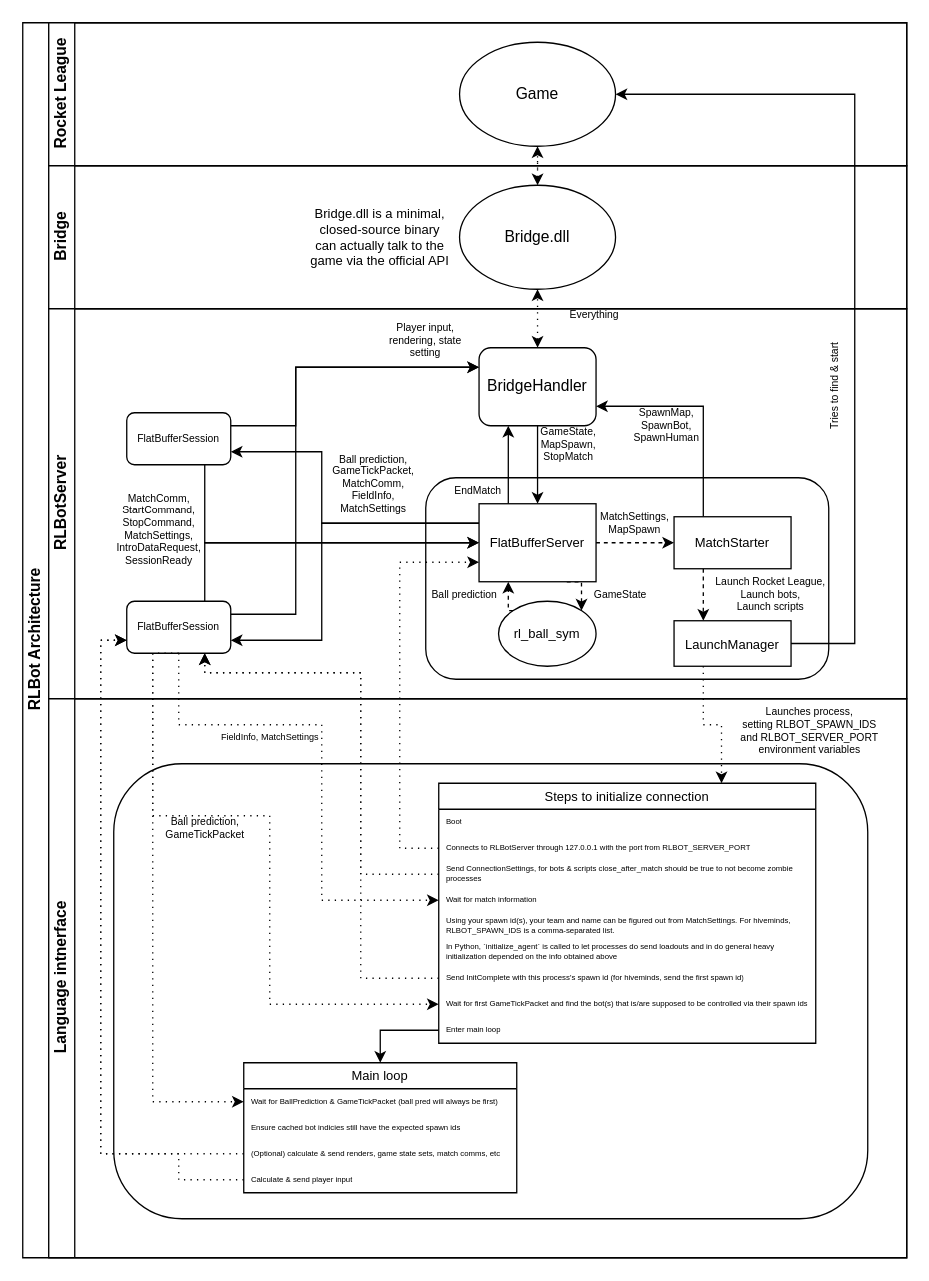
Above: docs/img/architecture/v5_diagram.drawio in RLBot/wiki (draw.io), before the change. Source tidied: cells renumbered, new cells numbered last; positions are measured from the earlier drawing's top-left corner, leaving out a move shared by most shapes. Both pictures are drawn from the tidied source at 130%, with x=0, y=0 at pixel (22, 22).
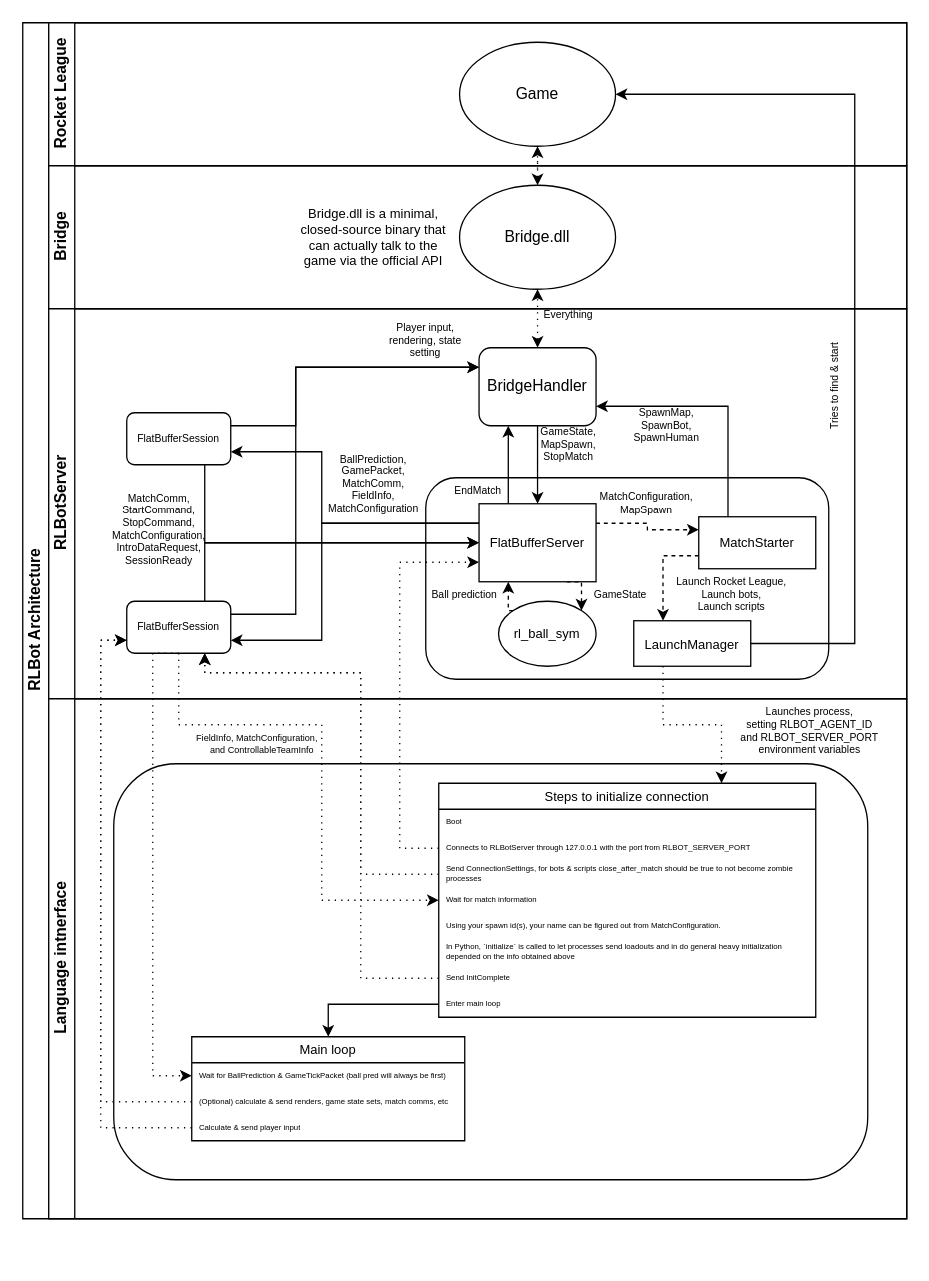
The same page after the edit.

Commit message (it also covers changes not shown here):
Update architecture diagram

The change refers to these unchanged cells:
```xml
<mxCell id="5" value="Bridge" style="swimlane;html=1;startSize=20;horizontal=0;" parent="2" vertex="1">
  <mxGeometry x="20" y="110" width="660" height="110" as="geometry" />
</mxCell>
<mxCell id="8" value="RLBotServer" style="swimlane;html=1;startSize=20;horizontal=0;" parent="2" vertex="1">
  <mxGeometry x="20" y="220" width="660" height="300" as="geometry" />
</mxCell>
<mxCell id="21" value="&lt;div style=&quot;font-size: 10px;&quot;&gt;FlatBufferServer&lt;/div&gt;" style="rounded=0;whiteSpace=wrap;html=1;fontFamily=Helvetica;fontSize=10;fontColor=#000000;align=center;" parent="8" vertex="1">
  <mxGeometry x="331" y="150" width="90" height="60" as="geometry" />
</mxCell>
<mxCell id="30" value="FlatBufferSession" style="rounded=1;whiteSpace=wrap;html=1;fontSize=8;" parent="8" vertex="1">
  <mxGeometry x="60" y="225" width="80" height="40" as="geometry" />
</mxCell>
<mxCell id="62" value="Wait for BallPrediction &amp;amp; GameTickPacket (ball pred will always be first)" style="text;strokeColor=none;fillColor=none;align=left;verticalAlign=middle;spacingLeft=4;spacingRight=4;overflow=hidden;points=[[0,0.5],[1,0.5]];portConstraint=eastwest;whiteSpace=wrap;html=1;fontSize=6;" parent="61" vertex="1">
  <mxGeometry y="20" width="210" height="20" as="geometry" />
</mxCell>
```

Diff of the diagram source:
```diff
@@
     <mxCell id="2" value="RLBot Architecture" style="swimlane;html=1;horizontal=0;startSize=20;" parent="1" vertex="1">
-      <mxGeometry width="680" height="950" as="geometry" />
+      <mxGeometry width="680" height="920" as="geometry" />
     </mxCell>
@@
-    <mxCell id="7" value="Bridge.dll is a minimal, closed-source binary can actually talk to the game via the official API" style="text;html=1;align=center;verticalAlign=middle;whiteSpace=wrap;rounded=0;fontSize=10;" parent="5" vertex="1">
-      <mxGeometry x="200" y="17.5" width="110" height="75" as="geometry" />
+    <mxCell id="7" value="Bridge.dll is a minimal, closed-source binary that can actually talk to the game via the official API" style="text;html=1;align=center;verticalAlign=middle;whiteSpace=wrap;rounded=0;fontSize=10;" parent="5" vertex="1">
+      <mxGeometry x="190" y="17.5" width="120" height="75" as="geometry" />
     </mxCell>
@@
     <mxCell id="10" value="&lt;font style=&quot;font-size: 8px;&quot;&gt;Everything&lt;/font&gt;" style="text;html=1;align=center;verticalAlign=middle;whiteSpace=wrap;rounded=0;fontSize=8;" parent="8" vertex="1">
-      <mxGeometry x="390" y="-10" width="60" height="30" as="geometry" />
+      <mxGeometry x="370" y="-10" width="60" height="30" as="geometry" />
     </mxCell>
@@
-    <mxCell id="19" style="edgeStyle=orthogonalEdgeStyle;rounded=0;jettySize=auto;html=1;exitX=1;exitY=0.5;exitDx=0;exitDy=0;entryX=0;entryY=0.5;entryDx=0;entryDy=0;dashed=1;" parent="8" edge="1" source="21" target="36">
+    <mxCell id="19" style="edgeStyle=orthogonalEdgeStyle;rounded=0;jettySize=auto;html=1;exitX=1;exitY=0.25;exitDx=0;exitDy=0;entryX=0;entryY=0.25;entryDx=0;entryDy=0;dashed=1;" parent="8" edge="1" source="21" target="36">
       <mxGeometry relative="1" as="geometry" />
     </mxCell>
@@
-    <mxCell id="31" value="&lt;div&gt;Ball prediction, GameTickPacket,&lt;/div&gt;&lt;div&gt;MatchComm,&lt;/div&gt;&lt;div&gt;FieldInfo,&lt;/div&gt;&lt;div&gt;MatchSettings&lt;br&gt;&lt;/div&gt;" style="text;html=1;align=center;verticalAlign=middle;whiteSpace=wrap;rounded=0;fontSize=8;" parent="8" vertex="1">
+    <mxCell id="31" value="&lt;div&gt;BallPrediction, GamePacket,&lt;/div&gt;&lt;div&gt;MatchComm,&lt;/div&gt;&lt;div&gt;FieldInfo,&lt;/div&gt;&lt;div&gt;MatchConfiguration&lt;/div&gt;" style="text;html=1;align=center;verticalAlign=middle;whiteSpace=wrap;rounded=0;fontSize=8;" parent="8" vertex="1">
       <mxGeometry x="220" y="110" width="60" height="50" as="geometry" />
     </mxCell>
@@
-    <mxCell id="33" value="&lt;div style=&quot;font-size: 8px;&quot;&gt;&lt;font style=&quot;font-size: 8px;&quot;&gt;MatchComm,&lt;/font&gt;&lt;/div&gt;&lt;div style=&quot;font-size: 8px;&quot;&gt;&lt;font style=&quot;font-size: 8px;&quot;&gt;StartCommand,&lt;/font&gt;&lt;/div&gt;&lt;div style=&quot;font-size: 8px;&quot;&gt;&lt;font style=&quot;font-size: 8px;&quot;&gt;StopCommand,&lt;/font&gt;&lt;/div&gt;&lt;div style=&quot;font-size: 8px;&quot;&gt;&lt;font style=&quot;font-size: 8px;&quot;&gt;MatchSettings,&lt;/font&gt;&lt;/div&gt;&lt;div style=&quot;font-size: 8px;&quot;&gt;&lt;font style=&quot;font-size: 8px;&quot;&gt;IntroDataRequest,&lt;/font&gt;&lt;/div&gt;&lt;div style=&quot;font-size: 8px;&quot;&gt;&lt;font style=&quot;font-size: 8px;&quot;&gt;SessionReady&lt;br&gt;&lt;/font&gt;&lt;/div&gt;" style="text;html=1;align=center;verticalAlign=middle;whiteSpace=wrap;rounded=0;" parent="8" vertex="1">
+    <mxCell id="33" value="&lt;div style=&quot;font-size: 8px;&quot;&gt;&lt;font style=&quot;font-size: 8px;&quot;&gt;MatchComm,&lt;/font&gt;&lt;/div&gt;&lt;div style=&quot;font-size: 8px;&quot;&gt;&lt;font style=&quot;font-size: 8px;&quot;&gt;StartCommand,&lt;/font&gt;&lt;/div&gt;&lt;div style=&quot;font-size: 8px;&quot;&gt;&lt;font style=&quot;font-size: 8px;&quot;&gt;StopCommand,&lt;/font&gt;&lt;/div&gt;&lt;div style=&quot;font-size: 8px;&quot;&gt;&lt;font style=&quot;font-size: 8px;&quot;&gt;MatchConfiguration,&lt;/font&gt;&lt;/div&gt;&lt;div style=&quot;font-size: 8px;&quot;&gt;&lt;font style=&quot;font-size: 8px;&quot;&gt;IntroDataRequest,&lt;/font&gt;&lt;/div&gt;&lt;div style=&quot;font-size: 8px;&quot;&gt;&lt;font style=&quot;font-size: 8px;&quot;&gt;SessionReady&lt;br&gt;&lt;/font&gt;&lt;/div&gt;" style="text;html=1;align=center;verticalAlign=middle;whiteSpace=wrap;rounded=0;" parent="8" vertex="1">
       <mxGeometry x="50" y="140" width="70" height="60" as="geometry" />
     </mxCell>
@@
-    <mxCell id="35" style="edgeStyle=orthogonalEdgeStyle;rounded=0;jettySize=auto;html=1;exitX=0.25;exitY=1;exitDx=0;exitDy=0;entryX=0.25;entryY=0;entryDx=0;entryDy=0;dashed=1;" parent="8" edge="1" source="36" target="39">
-      <mxGeometry relative="1" as="geometry" />
+    <mxCell id="35" style="edgeStyle=orthogonalEdgeStyle;rounded=0;jettySize=auto;html=1;exitX=0;exitY=0.75;exitDx=0;exitDy=0;entryX=0.25;entryY=0;entryDx=0;entryDy=0;dashed=1;" parent="8" edge="1" source="36" target="39">
+      <mxGeometry relative="1" as="geometry">
+        <Array as="points">
+          <mxPoint x="473" y="190" />
+        </Array>
+      </mxGeometry>
     </mxCell>
     <mxCell id="36" value="&lt;font size=&quot;1&quot;&gt;MatchStarter&lt;/font&gt;" style="rounded=0;whiteSpace=wrap;html=1;" parent="8" vertex="1">
-      <mxGeometry x="481" y="160" width="90" height="40" as="geometry" />
+      <mxGeometry x="500" y="160" width="90" height="40" as="geometry" />
     </mxCell>
-    <mxCell id="37" value="&lt;div style=&quot;font-size: 8px;&quot;&gt;MatchSettings,&lt;/div&gt;&lt;div style=&quot;font-size: 8px;&quot;&gt;MapSpawn&lt;br style=&quot;font-size: 8px;&quot;&gt;&lt;/div&gt;" style="text;html=1;align=center;verticalAlign=middle;whiteSpace=wrap;rounded=0;fontSize=8;" parent="8" vertex="1">
-      <mxGeometry x="421" y="150" width="60" height="30" as="geometry" />
+    <mxCell id="37" value="&lt;div style=&quot;font-size: 8px;&quot;&gt;MatchConfiguration,&lt;/div&gt;&lt;div style=&quot;font-size: 8px;&quot;&gt;MapSpawn&lt;br style=&quot;font-size: 8px;&quot;&gt;&lt;/div&gt;" style="text;html=1;align=center;verticalAlign=middle;whiteSpace=wrap;rounded=0;fontSize=8;" parent="8" vertex="1">
+      <mxGeometry x="430" y="135" width="60" height="30" as="geometry" />
     </mxCell>
@@
     <mxCell id="39" value="&lt;font size=&quot;1&quot;&gt;LaunchManager&lt;/font&gt;" style="rounded=0;whiteSpace=wrap;html=1;" parent="8" vertex="1">
-      <mxGeometry x="481" y="240" width="90" height="35" as="geometry" />
+      <mxGeometry x="450" y="240" width="90" height="35" as="geometry" />
     </mxCell>
     <mxCell id="40" value="&lt;div style=&quot;font-size: 8px;&quot;&gt;&lt;font style=&quot;font-size: 8px;&quot;&gt;Launch Rocket League,&lt;/font&gt;&lt;/div&gt;&lt;div style=&quot;font-size: 8px;&quot;&gt;&lt;font style=&quot;font-size: 8px;&quot;&gt;Launch bots,&lt;/font&gt;&lt;/div&gt;&lt;div style=&quot;font-size: 8px;&quot;&gt;&lt;font style=&quot;font-size: 8px;&quot;&gt;Launch scripts&lt;br style=&quot;font-size: 8px;&quot;&gt;&lt;/font&gt;&lt;/div&gt;" style="text;html=1;align=center;verticalAlign=middle;strokeColor=none;fillColor=none;fontSize=8;" parent="8" vertex="1">
-      <mxGeometry x="500" y="200" width="110" height="40" as="geometry" />
+      <mxGeometry x="470" y="200" width="110" height="40" as="geometry" />
     </mxCell>
@@
     <mxCell id="46" value="Language intnerface" style="swimlane;html=1;startSize=20;horizontal=0;" parent="2" vertex="1">
-      <mxGeometry x="20" y="520" width="660" height="430" as="geometry" />
+      <mxGeometry x="20" y="520" width="660" height="400" as="geometry" />
     </mxCell>
     <mxCell id="47" style="rounded=1;whiteSpace=wrap;html=1;" parent="46" vertex="1">
-      <mxGeometry x="50" y="50" width="580" height="350" as="geometry" />
+      <mxGeometry x="50" y="50" width="580" height="320" as="geometry" />
     </mxCell>
-    <mxCell id="48" value="&lt;div style=&quot;font-size: 8px;&quot;&gt;Launches process,&lt;/div&gt;&lt;div style=&quot;font-size: 8px;&quot;&gt;setting RLBOT_SPAWN_IDS&lt;/div&gt;&lt;div style=&quot;font-size: 8px;&quot;&gt;and RLBOT_SERVER_PORT&lt;/div&gt;&lt;div style=&quot;font-size: 8px;&quot;&gt;environment variables&lt;br style=&quot;font-size: 8px;&quot;&gt;&lt;/div&gt;" style="text;html=1;align=center;verticalAlign=middle;strokeColor=none;fillColor=none;fontSize=8;" parent="46" vertex="1">
+    <mxCell id="48" value="&lt;div style=&quot;font-size: 8px;&quot;&gt;Launches process,&lt;/div&gt;&lt;div style=&quot;font-size: 8px;&quot;&gt;setting RLBOT_AGENT_ID&lt;/div&gt;&lt;div style=&quot;font-size: 8px;&quot;&gt;and RLBOT_SERVER_PORT&lt;/div&gt;&lt;div style=&quot;font-size: 8px;&quot;&gt;environment variables&lt;br style=&quot;font-size: 8px;&quot;&gt;&lt;/div&gt;" style="text;html=1;align=center;verticalAlign=middle;strokeColor=none;fillColor=none;fontSize=8;" parent="46" vertex="1">
       <mxGeometry x="520" width="130" height="50" as="geometry" />
     </mxCell>
     <mxCell id="49" value="Steps to initialize connection" style="swimlane;fontStyle=0;horizontal=1;startSize=20;whiteSpace=wrap;html=1;fontSize=10;" parent="46" vertex="1">
-      <mxGeometry x="300" y="65" width="290" height="200" as="geometry" />
+      <mxGeometry x="300" y="65" width="290" height="180" as="geometry" />
     </mxCell>
@@
-    <mxCell id="54" value="Using your spawn id(s), your team and name can be figured out from MatchSettings. For hiveminds, RLBOT_SPAWN_IDS is a comma-separated list." style="text;strokeColor=none;fillColor=none;align=left;verticalAlign=middle;spacingLeft=4;spacingRight=4;overflow=hidden;whiteSpace=wrap;html=1;fontSize=6;" parent="49" vertex="1">
+    <mxCell id="54" value="Using your spawn id(s), your name can be figured out from MatchConfiguration." style="text;strokeColor=none;fillColor=none;align=left;verticalAlign=middle;spacingLeft=4;spacingRight=4;overflow=hidden;whiteSpace=wrap;html=1;fontSize=6;" parent="49" vertex="1">
       <mxGeometry y="100" width="290" height="20" as="geometry" />
     </mxCell>
-    <mxCell id="55" value="In Python, `initialize_agent` is called to let processes do send loadouts and in do general heavy initialization depended on the info obtained above" style="text;strokeColor=none;fillColor=none;align=left;verticalAlign=middle;spacingLeft=4;spacingRight=4;overflow=hidden;whiteSpace=wrap;html=1;fontSize=6;" parent="49" vertex="1">
+    <mxCell id="55" value="In Python, `initialize` is called to let processes send loadouts and in do general heavy initialization depended on the info obtained above" style="text;strokeColor=none;fillColor=none;align=left;verticalAlign=middle;spacingLeft=4;spacingRight=4;overflow=hidden;whiteSpace=wrap;html=1;fontSize=6;" parent="49" vertex="1">
       <mxGeometry y="120" width="290" height="20" as="geometry" />
     </mxCell>
-    <mxCell id="56" value="Send InitComplete with this process's spawn id (for hiveminds, send the first spawn id)" style="text;strokeColor=none;fillColor=none;align=left;verticalAlign=middle;spacingLeft=4;spacingRight=4;overflow=hidden;points=[[0,0.5],[1,0.5]];portConstraint=eastwest;whiteSpace=wrap;html=1;fontSize=6;" parent="49" vertex="1">
+    <mxCell id="56" value="Send InitComplete" style="text;strokeColor=none;fillColor=none;align=left;verticalAlign=middle;spacingLeft=4;spacingRight=4;overflow=hidden;points=[[0,0.5],[1,0.5]];portConstraint=eastwest;whiteSpace=wrap;html=1;fontSize=6;" parent="49" vertex="1">
       <mxGeometry y="140" width="290" height="20" as="geometry" />
     </mxCell>
-    <mxCell id="57" value="Wait for first GameTickPacket and find the bot(s) that is/are supposed to be controlled via their spawn ids" style="text;strokeColor=none;fillColor=none;align=left;verticalAlign=middle;spacingLeft=4;spacingRight=4;overflow=hidden;points=[[0,0.5],[1,0.5]];portConstraint=eastwest;whiteSpace=wrap;html=1;fontSize=6;" parent="49" vertex="1">
-      <mxGeometry y="160" width="290" height="20" as="geometry" />
-    </mxCell>
     <mxCell id="58" value="Enter main loop" style="text;strokeColor=none;fillColor=none;align=left;verticalAlign=middle;spacingLeft=4;spacingRight=4;overflow=hidden;points=[[0,0.5],[1,0.5]];portConstraint=eastwest;whiteSpace=wrap;html=1;fontSize=6;" parent="49" vertex="1">
-      <mxGeometry y="180" width="290" height="20" as="geometry" />
+      <mxGeometry y="160" width="290" height="20" as="geometry" />
     </mxCell>
-    <mxCell id="59" value="&lt;div style=&quot;font-size: 7px;&quot;&gt;FieldInfo, MatchSettings&lt;br style=&quot;font-size: 7px;&quot;&gt;&lt;/div&gt;" style="text;html=1;align=center;verticalAlign=middle;strokeColor=none;fillColor=none;fontSize=7;" parent="46" vertex="1">
-      <mxGeometry x="120" y="20" width="100" height="20" as="geometry" />
+    <mxCell id="59" value="&lt;div style=&quot;font-size: 7px;&quot;&gt;FieldInfo, MatchConfiguration,&lt;/div&gt;&lt;div style=&quot;font-size: 7px;&quot;&gt;&amp;nbsp;&amp;nbsp;&amp;nbsp; and ControllableTeamInfo&lt;/div&gt;" style="text;html=1;align=center;verticalAlign=middle;strokeColor=none;fillColor=none;fontSize=7;" parent="46" vertex="1">
+      <mxGeometry x="100" y="20" width="120" height="30" as="geometry" />
     </mxCell>
-    <mxCell id="60" value="&lt;div&gt;Ball prediction,&lt;/div&gt;&lt;div&gt;GameTickPacket&lt;/div&gt;" style="text;html=1;align=center;verticalAlign=middle;strokeColor=none;fillColor=none;fontSize=8;" parent="46" vertex="1">
-      <mxGeometry x="80" y="85" width="80" height="30" as="geometry" />
-    </mxCell>
     <mxCell id="61" value="Main loop" style="swimlane;fontStyle=0;horizontal=1;startSize=20;whiteSpace=wrap;html=1;fontSize=10;" parent="46" vertex="1">
-      <mxGeometry x="150" y="280" width="210" height="100" as="geometry" />
+      <mxGeometry x="110" y="260" width="210" height="80" as="geometry" />
     </mxCell>
@@
-    <mxCell id="63" value="Ensure cached bot indicies still have the expected spawn ids" style="text;strokeColor=none;fillColor=none;align=left;verticalAlign=middle;spacingLeft=4;spacingRight=4;overflow=hidden;whiteSpace=wrap;html=1;fontSize=6;" parent="61" vertex="1">
-      <mxGeometry y="40" width="210" height="20" as="geometry" />
-    </mxCell>
     <mxCell id="64" value="(Optional) calculate &amp;amp; send renders, game state sets, match comms, etc" style="text;strokeColor=none;fillColor=none;align=left;verticalAlign=middle;spacingLeft=4;spacingRight=4;overflow=hidden;points=[[0,0.5],[1,0.5]];portConstraint=eastwest;whiteSpace=wrap;html=1;fontSize=6;" parent="61" vertex="1">
-      <mxGeometry y="60" width="210" height="20" as="geometry" />
+      <mxGeometry y="40" width="210" height="20" as="geometry" />
     </mxCell>
     <mxCell id="65" value="Calculate &amp;amp; send player input" style="text;strokeColor=none;fillColor=none;align=left;verticalAlign=middle;spacingLeft=4;spacingRight=4;overflow=hidden;points=[[0,0.5],[1,0.5]];portConstraint=eastwest;whiteSpace=wrap;html=1;fontSize=6;" parent="61" vertex="1">
-      <mxGeometry y="80" width="210" height="20" as="geometry" />
+      <mxGeometry y="60" width="210" height="20" as="geometry" />
     </mxCell>
@@
-    <mxCell id="72" style="edgeStyle=orthogonalEdgeStyle;rounded=0;jettySize=auto;html=1;exitX=0.25;exitY=1;exitDx=0;exitDy=0;entryX=0;entryY=0.5;entryDx=0;entryDy=0;dashed=1;dashPattern=1 4;" parent="2" edge="1" source="30" target="57">
-      <mxGeometry relative="1" as="geometry">
-        <Array as="points">
-          <mxPoint x="100" y="610" />
-          <mxPoint x="190" y="610" />
-          <mxPoint x="190" y="755" />
-        </Array>
-      </mxGeometry>
-    </mxCell>
     <mxCell id="73" style="edgeStyle=orthogonalEdgeStyle;rounded=0;jettySize=auto;html=1;exitX=0.5;exitY=1;exitDx=0;exitDy=0;entryX=0;entryY=0.5;entryDx=0;entryDy=0;dashed=1;dashPattern=1 4;" parent="2" edge="1" source="30" target="62">
       <mxGeometry relative="1" as="geometry">
         <Array as="points">
           <mxPoint x="100" y="485" />
-          <mxPoint x="100" y="830" />
+          <mxPoint x="100" y="810" />
         </Array>
       </mxGeometry>
     </mxCell>
@@
     <mxCell id="75" style="edgeStyle=orthogonalEdgeStyle;rounded=0;jettySize=auto;html=1;entryX=0;entryY=0.75;entryDx=0;entryDy=0;dashed=1;dashPattern=1 4;exitX=0;exitY=0.5;exitDx=0;exitDy=0;" parent="2" edge="1" source="65" target="30">
       <mxGeometry relative="1" as="geometry">
         <Array as="points">
-          <mxPoint x="120" y="890" />
-          <mxPoint x="120" y="870" />
-          <mxPoint x="60" y="870" />
+          <mxPoint x="60" y="850" />
           <mxPoint x="60" y="475" />
         </Array>
       </mxGeometry>
     </mxCell>
```
